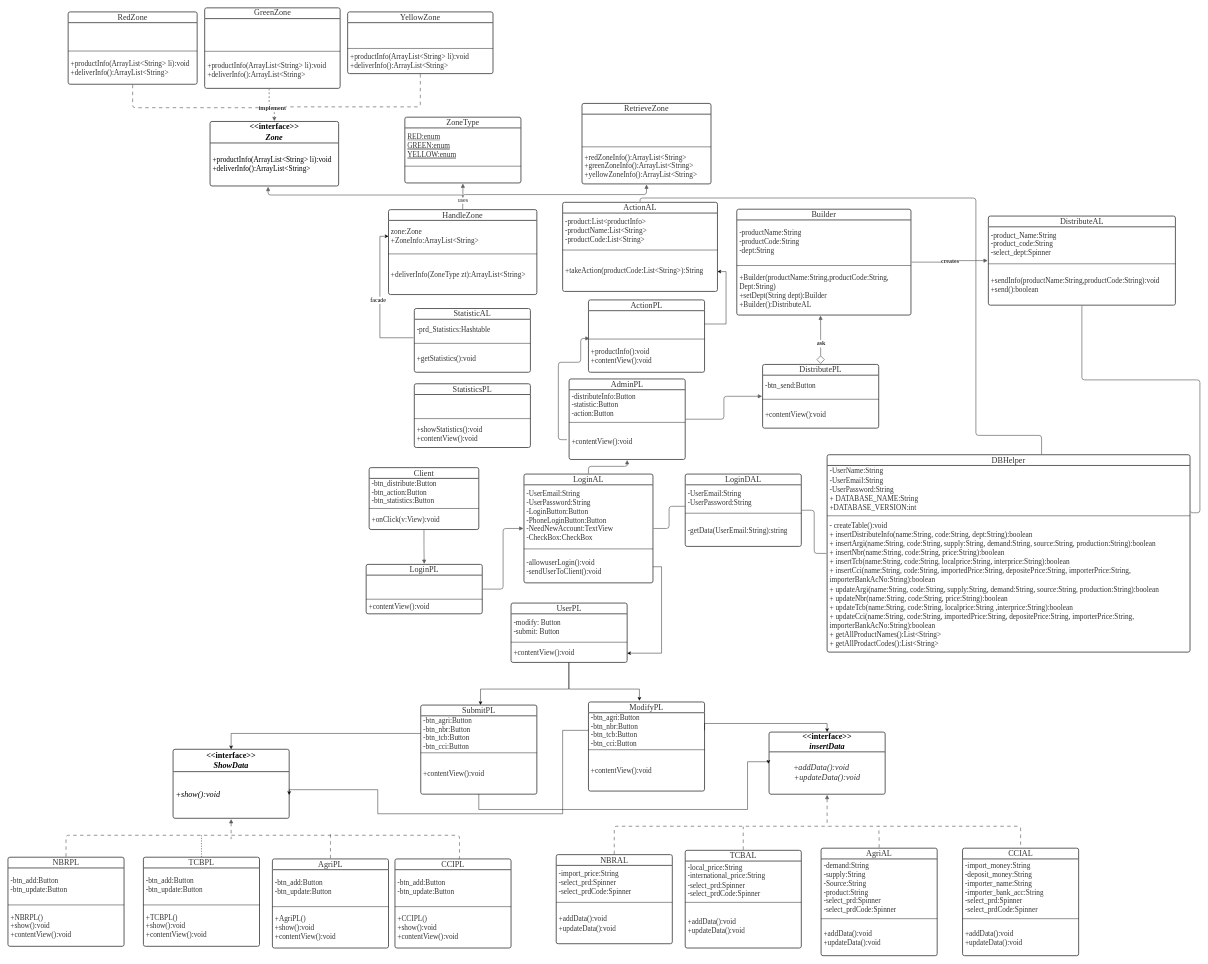
Above: detils class Diagram.drawio in Akram1871/software-engineering (draw.io), before the change. Source tidied: cells renumbered, new cells numbered last; positions are measured from the earlier drawing's top-left corner, leaving out a move shared by most shapes. Both pictures are drawn from the tidied source at 43%, with x=0, y=0 at pixel (8, 8).
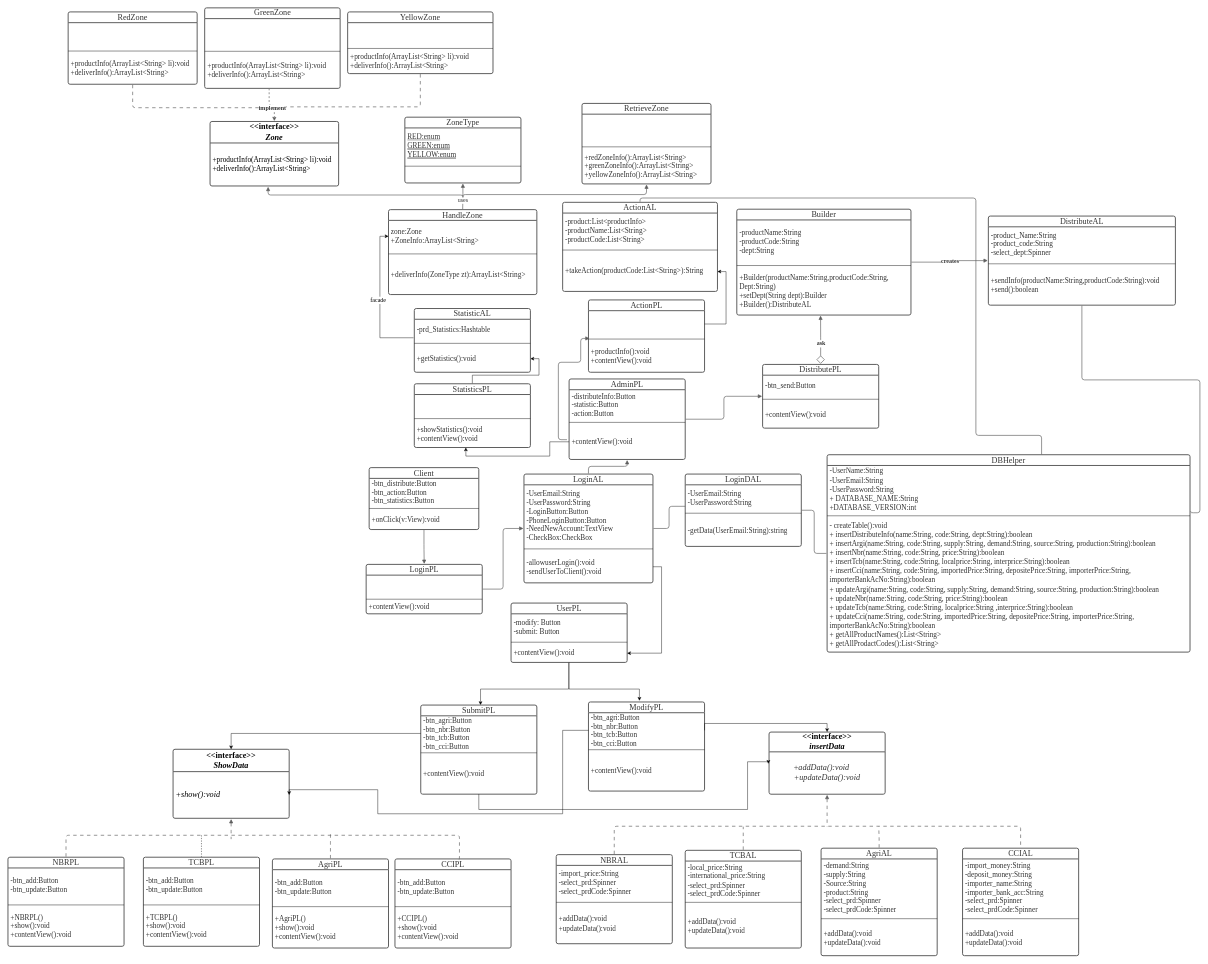
Above is the later version.

Unchanged cells that the change refers to:
```xml
<mxCell id="29" value="&lt;font style=&quot;font-size: 17px&quot;&gt;+contentView():void&lt;/font&gt;" style="html=1;whiteSpace=wrap;strokeColor=none;fillColor=none;align=left;verticalAlign=middle;spacingLeft=4;spacingRight=4;overflow=hidden;points=[[0,0.5],[1,0.5]];portConstraint=eastwest;swimlaneFillColor=#ffffff;strokeOpacity=100;whiteSpace=wrap;fontSize=14;fontColor=#333333;fontFamily=Times New Roman;" parent="26" vertex="1">
  <mxGeometry y="105" width="270" height="82.2" as="geometry" />
</mxCell>
<mxCell id="63" value="&lt;font style=&quot;font-size: 19px&quot;&gt;StatisticsPL&lt;/font&gt;" style="html=1;overflow=block;blockSpacing=1;whiteSpace=wrap;swimlane;horizontal=1;fontStyle=0;swimlaneFillColor=#ffffff;startSize=25;whiteSpace=wrap;fontSize=14;fontColor=#333333;whiteSpace=wrap;align=center;spacing=0;strokeColor=#5e5e5e;strokeOpacity=100;rounded=1;absoluteArcSize=1;arcSize=9;strokeWidth=2.3;fontFamily=Times New Roman;" parent="1" vertex="1">
  <mxGeometry x="945" y="874" width="270" height="148.2" as="geometry" />
</mxCell>
<mxCell id="66" value="&lt;font style=&quot;font-size: 17px&quot;&gt;+showStatistics():void&lt;br&gt;+contentView():void&lt;/font&gt;" style="html=1;whiteSpace=wrap;strokeColor=none;fillColor=none;align=left;verticalAlign=middle;spacingLeft=4;spacingRight=4;overflow=hidden;points=[[0,0.5],[1,0.5]];portConstraint=eastwest;swimlaneFillColor=#ffffff;strokeOpacity=100;whiteSpace=wrap;fontSize=14;fontColor=#333333;fontFamily=Times New Roman;" parent="63" vertex="1">
  <mxGeometry y="85" width="270" height="63.2" as="geometry" />
</mxCell>
<mxCell id="70" value="&lt;font style=&quot;font-size: 17px&quot;&gt;+getStatistics():void&lt;/font&gt;" style="html=1;whiteSpace=wrap;strokeColor=none;fillColor=none;align=left;verticalAlign=middle;spacingLeft=4;spacingRight=4;overflow=hidden;points=[[0,0.5],[1,0.5]];portConstraint=eastwest;swimlaneFillColor=#ffffff;strokeOpacity=100;whiteSpace=wrap;fontSize=14;fontColor=#333333;fontFamily=Times New Roman;" parent="67" vertex="1">
  <mxGeometry y="85" width="270" height="63.2" as="geometry" />
</mxCell>
```

What changed in the source:
```diff
@@
+    <mxCell id="167" style="edgeStyle=orthogonalEdgeStyle;rounded=0;jettySize=auto;html=1;labelBorderColor=default;fontFamily=Times New Roman;fontSize=17;startArrow=none;startFill=0;endArrow=classic;endFill=1;" parent="1" edge="1" source="63" target="70">
+      <mxGeometry relative="1" as="geometry" />
+    </mxCell>
@@
+    <mxCell id="168" style="edgeStyle=orthogonalEdgeStyle;rounded=0;jettySize=auto;html=1;entryX=0.444;entryY=0.999;entryDx=0;entryDy=0;entryPerimeter=0;labelBorderColor=default;fontFamily=Times New Roman;fontSize=17;startArrow=none;startFill=0;endArrow=classic;endFill=1;" parent="1" edge="1" source="29" target="66">
+      <mxGeometry relative="1" as="geometry" />
+    </mxCell>
```
